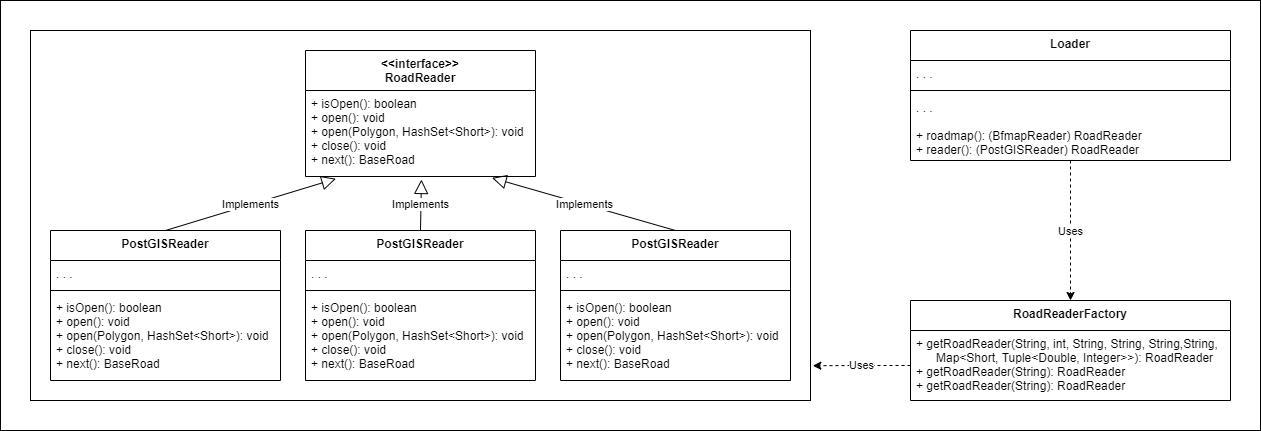
Earlier version of the draw.io export media/barefoot-factory-style.png (numanaral/seng-401-gp). Source tidied: cells renumbered, new cells last; positions are measured from the earlier drawing's top-left corner, leaving out a move shared by most shapes.
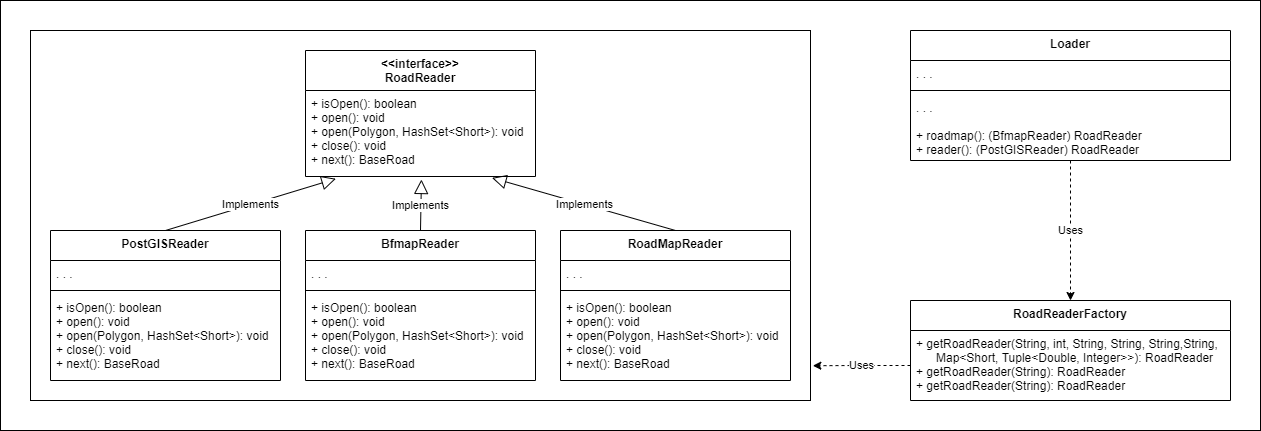
After the change.

Commit message:
fix names in the diagram

The edit, as a diff of the source:
```diff
@@ -53,7 +53,7 @@
     <mxCell id="18" value=". . .&#10;&#10;+ roadmap(): (BfmapReader) RoadReader&#10;+ reader(): (PostGISReader) RoadReader" style="text;strokeColor=none;fillColor=none;align=left;verticalAlign=top;spacingLeft=4;spacingRight=4;overflow=hidden;" parent="15" vertex="1">
       <mxGeometry y="64" width="320" height="66" as="geometry" />
     </mxCell>
-    <mxCell id="19" value="PostGISReader" style="swimlane;fontStyle=1;align=center;verticalAlign=top;horizontal=1;startSize=30;" parent="1" vertex="1">
+    <mxCell id="19" value="BfmapReader" style="swimlane;fontStyle=1;align=center;verticalAlign=top;horizontal=1;startSize=30;" parent="1" vertex="1">
       <mxGeometry x="305" y="230" width="230" height="150" as="geometry" />
     </mxCell>
     <mxCell id="20" value=". . ." style="text;strokeColor=none;fillColor=none;align=left;verticalAlign=top;spacingLeft=4;spacingRight=4;overflow=hidden;" parent="19" vertex="1">
@@ -65,7 +65,7 @@
     <mxCell id="22" value="+ isOpen(): boolean&#10;+ open(): void&#10;+ open(Polygon, HashSet&lt;Short&gt;): void&#10;+ close(): void&#10;+ next(): BaseRoad" style="text;strokeColor=none;fillColor=none;align=left;verticalAlign=top;spacingLeft=4;spacingRight=4;overflow=hidden;" parent="19" vertex="1">
       <mxGeometry y="64" width="230" height="86" as="geometry" />
     </mxCell>
-    <mxCell id="23" value="PostGISReader" style="swimlane;fontStyle=1;align=center;verticalAlign=top;horizontal=1;startSize=30;" parent="1" vertex="1">
+    <mxCell id="23" value="RoadMapReader" style="swimlane;fontStyle=1;align=center;verticalAlign=top;horizontal=1;startSize=30;" parent="1" vertex="1">
       <mxGeometry x="560" y="230" width="230" height="150" as="geometry" />
     </mxCell>
     <mxCell id="24" value=". . ." style="text;strokeColor=none;fillColor=none;align=left;verticalAlign=top;spacingLeft=4;spacingRight=4;overflow=hidden;" parent="23" vertex="1">
```
